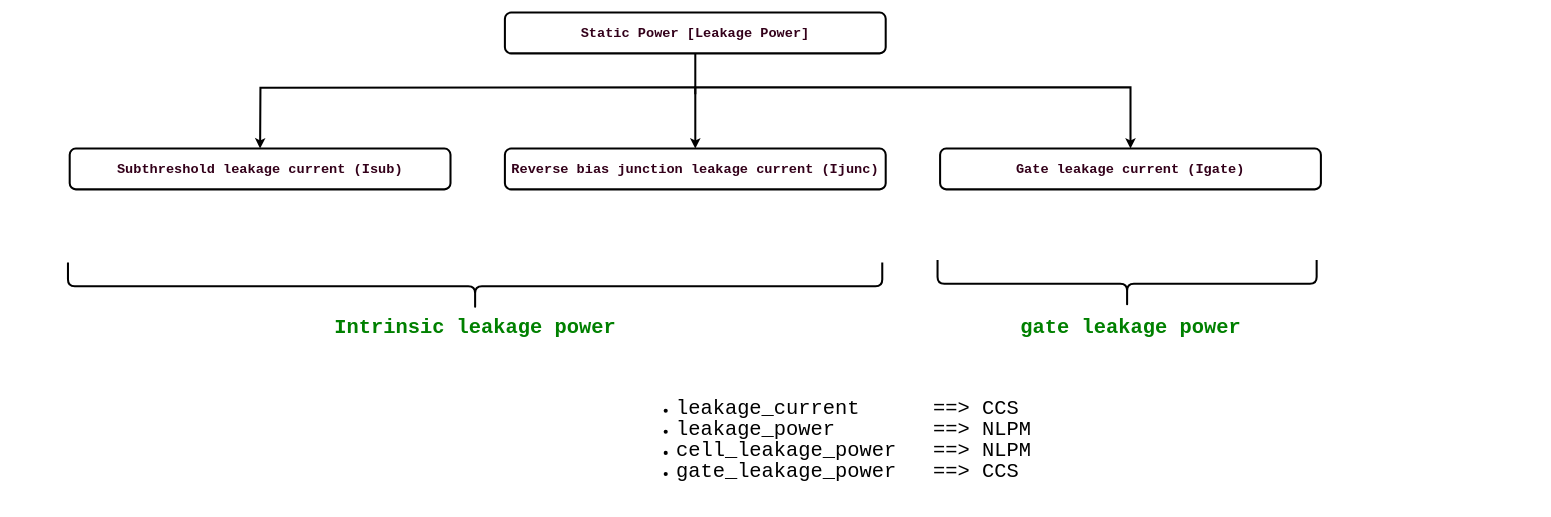
Earlier version of the draw.io diagram standard_cell_characterization.drawio (T-Maharshi-Sanand-Yadav/draw.io). Source tidied: cells renumbered, new cells numbered last; positions are measured from the earlier drawing's top-left corner, leaving out a move shared by most shapes. Both pictures are drawn from the tidied source at 68%, with x=0, y=0 at pixel (69, -121).
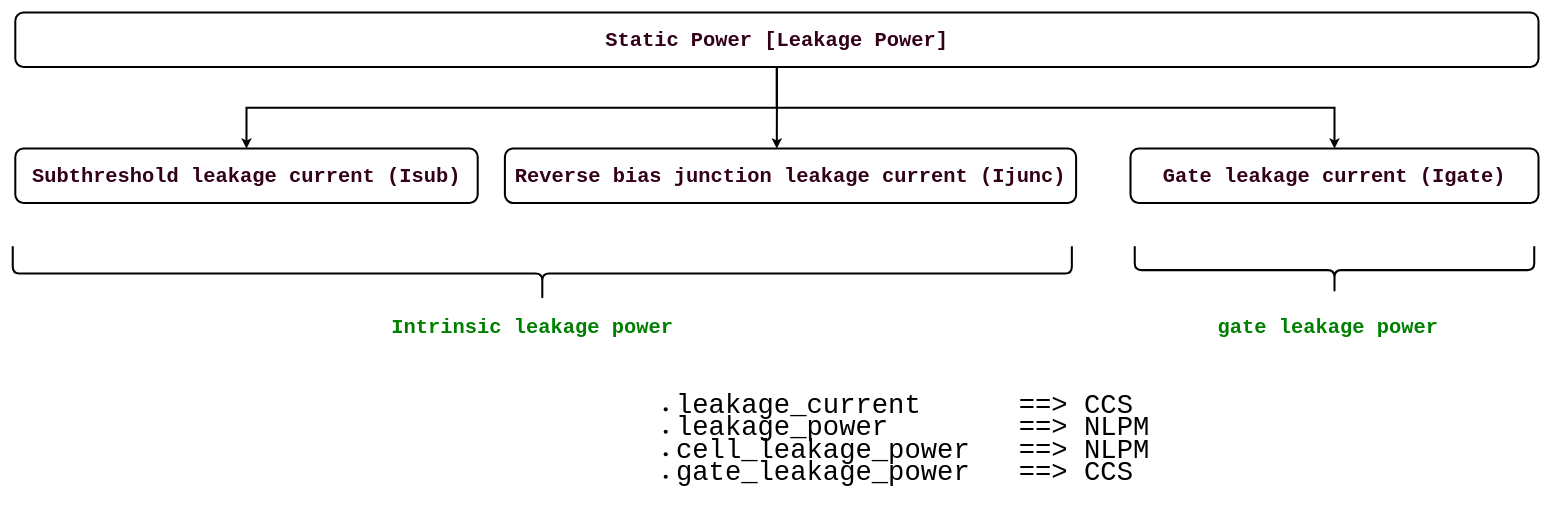
After the change.

Diff of the diagram source:
```diff
@@
 <mxGraphModel>
   <root>
     <mxCell id="0" />
     <mxCell id="1" parent="0" />
-    <mxCell id="2" style="edgeStyle=orthogonalEdgeStyle;rounded=0;orthogonalLoop=1;jettySize=auto;html=1;strokeWidth=3;" parent="1" edge="1">
-      <mxGeometry relative="1" as="geometry">
-        <mxPoint x="920" y="306" as="sourcePoint" />
-        <mxPoint x="280" y="396" as="targetPoint" />
-      </mxGeometry>
-    </mxCell>
+    <mxCell id="14" style="edgeStyle=orthogonalEdgeStyle;rounded=0;jettySize=auto;html=1;exitX=0.5;exitY=1;exitDx=0;exitDy=0;entryX=0.5;entryY=0;entryDx=0;entryDy=0;strokeWidth=3;" parent="1" edge="1" source="5" target="6">
+      <mxGeometry relative="1" as="geometry" />
+    </mxCell>
-    <mxCell id="3" style="edgeStyle=orthogonalEdgeStyle;rounded=0;jettySize=auto;html=1;entryX=0.5;entryY=0;entryDx=0;entryDy=0;strokeWidth=3;" parent="1" edge="1" source="5" target="7">
+    <mxCell id="3" style="edgeStyle=orthogonalEdgeStyle;rounded=0;jettySize=auto;html=1;exitX=0.5;exitY=1;exitDx=0;exitDy=0;strokeWidth=3;entryX=0.476;entryY=0;entryDx=0;entryDy=0;entryPerimeter=0;" parent="1" edge="1" source="5" target="7">
       <mxGeometry relative="1" as="geometry" />
     </mxCell>
-    <mxCell id="4" style="edgeStyle=orthogonalEdgeStyle;rounded=0;jettySize=auto;html=1;strokeWidth=3;" parent="1" edge="1" target="8">
-      <mxGeometry relative="1" as="geometry">
-        <mxPoint x="920" y="316" as="sourcePoint" />
-        <Array as="points">
-          <mxPoint x="920" y="306" />
-          <mxPoint x="1560" y="306" />
-        </Array>
-      </mxGeometry>
-    </mxCell>
+    <mxCell id="15" style="edgeStyle=orthogonalEdgeStyle;rounded=0;jettySize=auto;html=1;exitX=0.5;exitY=1;exitDx=0;exitDy=0;strokeWidth=3;" parent="1" edge="1" source="5" target="8">
+      <mxGeometry relative="1" as="geometry" />
+    </mxCell>
-    <mxCell id="5" value="&lt;div style=&quot;background-color: rgb(255, 255, 255); font-family: Consolas, &amp;quot;Courier New&amp;quot;, monospace; line-height: 28px; white-space: pre;&quot;&gt;&lt;font style=&quot;color: rgb(51, 0, 26); font-size: 20px;&quot;&gt;Static Power [Leakage Power]&lt;/font&gt;&lt;/div&gt;" style="rounded=1;whiteSpace=wrap;html=1;fontSize=30;strokeWidth=3;fontStyle=1;" parent="1" vertex="1">
-      <mxGeometry x="640" y="196" width="560" height="60" as="geometry" />
+    <mxCell id="5" value="&lt;div style=&quot;background-color: rgb(255, 255, 255); font-family: Consolas, &amp;quot;Courier New&amp;quot;, monospace; line-height: 28px; white-space: pre;&quot;&gt;&lt;font style=&quot;color: rgb(51, 0, 26);&quot;&gt;Static Power [Leakage Power]&lt;/font&gt;&lt;/div&gt;" style="rounded=1;whiteSpace=wrap;html=1;fontSize=30;strokeWidth=3;fontStyle=1;" parent="1" vertex="1">
+      <mxGeometry x="-80" y="196" width="2240" height="80" as="geometry" />
     </mxCell>
-    <mxCell id="6" value="&lt;div style=&quot;background-color: rgb(255, 255, 255); font-family: Consolas, &amp;quot;Courier New&amp;quot;, monospace; line-height: 28px; white-space: pre;&quot;&gt;&lt;font style=&quot;color: rgb(51, 0, 26); font-size: 20px;&quot;&gt;Subthreshold leakage current (Isub)&lt;/font&gt;&lt;/div&gt;" style="rounded=1;whiteSpace=wrap;html=1;fontSize=30;strokeWidth=3;fontStyle=1;" parent="1" vertex="1">
-      <mxGeometry y="396" width="560" height="60" as="geometry" />
+    <mxCell id="6" value="&lt;div style=&quot;background-color: rgb(255, 255, 255); font-family: Consolas, &amp;quot;Courier New&amp;quot;, monospace; line-height: 28px; white-space: pre;&quot;&gt;&lt;font style=&quot;color: rgb(51, 0, 26);&quot;&gt;Subthreshold leakage current (Isub)&lt;/font&gt;&lt;/div&gt;" style="rounded=1;whiteSpace=wrap;html=1;fontSize=30;strokeWidth=3;fontStyle=1;" parent="1" vertex="1">
+      <mxGeometry x="-80" y="396" width="680" height="80" as="geometry" />
     </mxCell>
-    <mxCell id="7" value="&lt;div style=&quot;background-color: rgb(255, 255, 255); font-family: Consolas, &amp;quot;Courier New&amp;quot;, monospace; line-height: 28px; white-space: pre;&quot;&gt;&lt;font style=&quot;color: rgb(51, 0, 26); font-size: 20px;&quot;&gt;Reverse bias junction leakage current (Ijunc)&lt;/font&gt;&lt;/div&gt;" style="rounded=1;whiteSpace=wrap;html=1;fontSize=30;strokeWidth=3;fontStyle=1;" parent="1" vertex="1">
-      <mxGeometry x="640" y="396" width="560" height="60" as="geometry" />
+    <mxCell id="7" value="&lt;div style=&quot;background-color: rgb(255, 255, 255); font-family: Consolas, &amp;quot;Courier New&amp;quot;, monospace; line-height: 28px; white-space: pre;&quot;&gt;&lt;font style=&quot;color: rgb(51, 0, 26);&quot;&gt;Reverse bias junction leakage current (Ijunc)&lt;/font&gt;&lt;/div&gt;" style="rounded=1;whiteSpace=wrap;html=1;fontSize=30;strokeWidth=3;fontStyle=1;" parent="1" vertex="1">
+      <mxGeometry x="640" y="396" width="840" height="80" as="geometry" />
     </mxCell>
-    <mxCell id="8" value="&lt;div style=&quot;background-color: rgb(255, 255, 255); font-family: Consolas, &amp;quot;Courier New&amp;quot;, monospace; line-height: 28px; white-space: pre;&quot;&gt;&lt;font style=&quot;color: rgb(51, 0, 26); font-size: 20px;&quot;&gt;Gate leakage current (Igate)&lt;/font&gt;&lt;/div&gt;" style="rounded=1;whiteSpace=wrap;html=1;fontSize=30;strokeWidth=3;fontStyle=1;" parent="1" vertex="1">
-      <mxGeometry x="1280" y="396" width="560" height="60" as="geometry" />
+    <mxCell id="8" value="&lt;div style=&quot;background-color: rgb(255, 255, 255); font-family: Consolas, &amp;quot;Courier New&amp;quot;, monospace; line-height: 28px; white-space: pre;&quot;&gt;&lt;font style=&quot;color: rgb(51, 0, 26);&quot;&gt;Gate leakage current (Igate)&lt;/font&gt;&lt;/div&gt;" style="rounded=1;whiteSpace=wrap;html=1;fontSize=30;strokeWidth=3;fontStyle=1;" parent="1" vertex="1">
+      <mxGeometry x="1560" y="396" width="600" height="80" as="geometry" />
     </mxCell>
     <mxCell id="9" style="shape=curlyBracket;whiteSpace=wrap;html=1;rounded=1;flipH=1;labelPosition=right;verticalLabelPosition=middle;align=left;verticalAlign=middle;rotation=90;strokeWidth=3;" parent="1" vertex="1">
-      <mxGeometry x="561.2" y="-0.2" width="70" height="1197.5" as="geometry" />
+      <mxGeometry x="655" y="-199" width="80" height="1557.5" as="geometry" />
     </mxCell>
     <mxCell id="10" style="shape=curlyBracket;whiteSpace=wrap;html=1;rounded=1;flipH=1;labelPosition=right;verticalLabelPosition=middle;align=left;verticalAlign=middle;rotation=90;strokeWidth=3;" parent="1" vertex="1">
-      <mxGeometry x="1520" y="316" width="70" height="557.5" as="geometry" />
+      <mxGeometry x="1825" y="281" width="70" height="587.5" as="geometry" />
     </mxCell>
     <mxCell id="11" value="&lt;div style=&quot;background-color: rgb(255, 255, 255); font-family: Consolas, &amp;quot;Courier New&amp;quot;, monospace; line-height: 28px; white-space-collapse: preserve;&quot;&gt;&lt;span style=&quot;color: #008000;&quot;&gt;Intrinsic leakage power&lt;/span&gt;&lt;/div&gt;" style="text;html=1;align=center;verticalAlign=middle;strokeColor=none;fillColor=none;fontStyle=1;fontSize=30;" parent="1" vertex="1">
-      <mxGeometry x="396.2" y="639" width="400" height="40" as="geometry" />
+      <mxGeometry x="480" y="639" width="400" height="40" as="geometry" />
     </mxCell>
     <mxCell id="12" value="&lt;div style=&quot;background-color: rgb(255, 255, 255); font-family: Consolas, &amp;quot;Courier New&amp;quot;, monospace; line-height: 28px; white-space-collapse: preserve;&quot;&gt;&lt;span style=&quot;color: #008000;&quot;&gt;gate leakage power&lt;/span&gt;&lt;/div&gt;" style="text;html=1;align=center;verticalAlign=middle;strokeColor=none;fillColor=none;fontStyle=1;fontSize=30;" parent="1" vertex="1">
-      <mxGeometry x="1400" y="639" width="320" height="40" as="geometry" />
+      <mxGeometry x="1690" y="639" width="320" height="40" as="geometry" />
     </mxCell>
-    <mxCell id="13" value="&lt;div style=&quot;background-color: rgb(255, 255, 255); font-family: Consolas, &amp;quot;Courier New&amp;quot;, monospace; line-height: 28px; white-space-collapse: preserve;&quot;&gt;&lt;ul&gt;&lt;li&gt;&lt;font style=&quot;font-size: 30px;&quot;&gt;leakage_current &amp;nbsp; &amp;nbsp; &amp;nbsp;==&amp;gt; CCS&lt;/font&gt;&lt;/li&gt;&lt;li&gt;&lt;font style=&quot;font-size: 30px;&quot;&gt;leakage_power &amp;nbsp; &amp;nbsp; &amp;nbsp; &amp;nbsp;==&amp;gt; NLPM&lt;/font&gt;&lt;/li&gt;&lt;li&gt;&lt;font style=&quot;font-size: 30px;&quot;&gt;cell_leakage_power &amp;nbsp; ==&amp;gt; NLPM&lt;/font&gt;&lt;/li&gt;&lt;li&gt;&lt;font style=&quot;font-size: 30px;&quot;&gt;gate_leakage_power &amp;nbsp; ==&amp;gt; CCS&lt;/font&gt;&lt;/li&gt;&lt;/ul&gt;&lt;/div&gt;" style="text;html=1;align=left;verticalAlign=middle;strokeColor=none;fillColor=none;fontSize=20;" parent="1" vertex="1">
-      <mxGeometry x="850" y="736" width="540" height="180" as="geometry" />
+    <mxCell id="13" value="&lt;div style=&quot;background-color: rgb(255, 255, 255); font-family: Consolas, &amp;quot;Courier New&amp;quot;, monospace; line-height: 28px; white-space-collapse: preserve;&quot;&gt;&lt;ul&gt;&lt;li&gt;&lt;font style=&quot;font-size: 40px;&quot;&gt;leakage_current &amp;nbsp; &amp;nbsp; &amp;nbsp;==&amp;gt; CCS&lt;/font&gt;&lt;/li&gt;&lt;li&gt;&lt;font style=&quot;font-size: 40px;&quot;&gt;leakage_power &amp;nbsp; &amp;nbsp; &amp;nbsp; &amp;nbsp;==&amp;gt; NLPM&lt;/font&gt;&lt;/li&gt;&lt;li&gt;&lt;font style=&quot;font-size: 40px;&quot;&gt;cell_leakage_power &amp;nbsp; ==&amp;gt; NLPM&lt;/font&gt;&lt;/li&gt;&lt;li&gt;&lt;font style=&quot;font-size: 40px;&quot;&gt;gate_leakage_power &amp;nbsp; ==&amp;gt; CCS&lt;/font&gt;&lt;/li&gt;&lt;/ul&gt;&lt;/div&gt;" style="text;html=1;align=left;verticalAlign=middle;strokeColor=none;fillColor=none;fontSize=20;" parent="1" vertex="1">
+      <mxGeometry x="850" y="731" width="700" height="190" as="geometry" />
     </mxCell>
   </root>
 </mxGraphModel>
```
